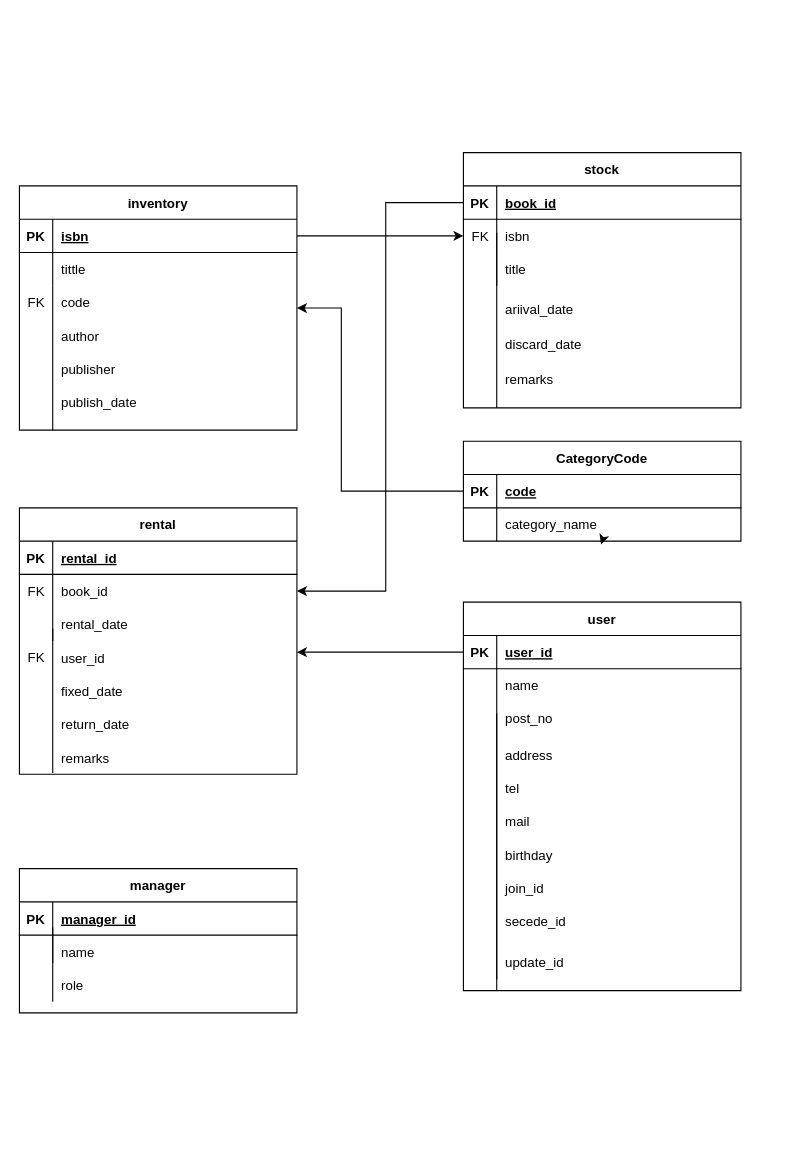
Earlier version of the draw.io diagram path/内部設計/er図(清田).drawio (2022java42-student004/Library). Source tidied: cells renumbered, new cells numbered last; positions are measured from the earlier drawing's top-left corner, leaving out a move shared by most shapes. Both pictures are drawn from the tidied source at 111%, with x=0, y=0 at pixel (19, 152).
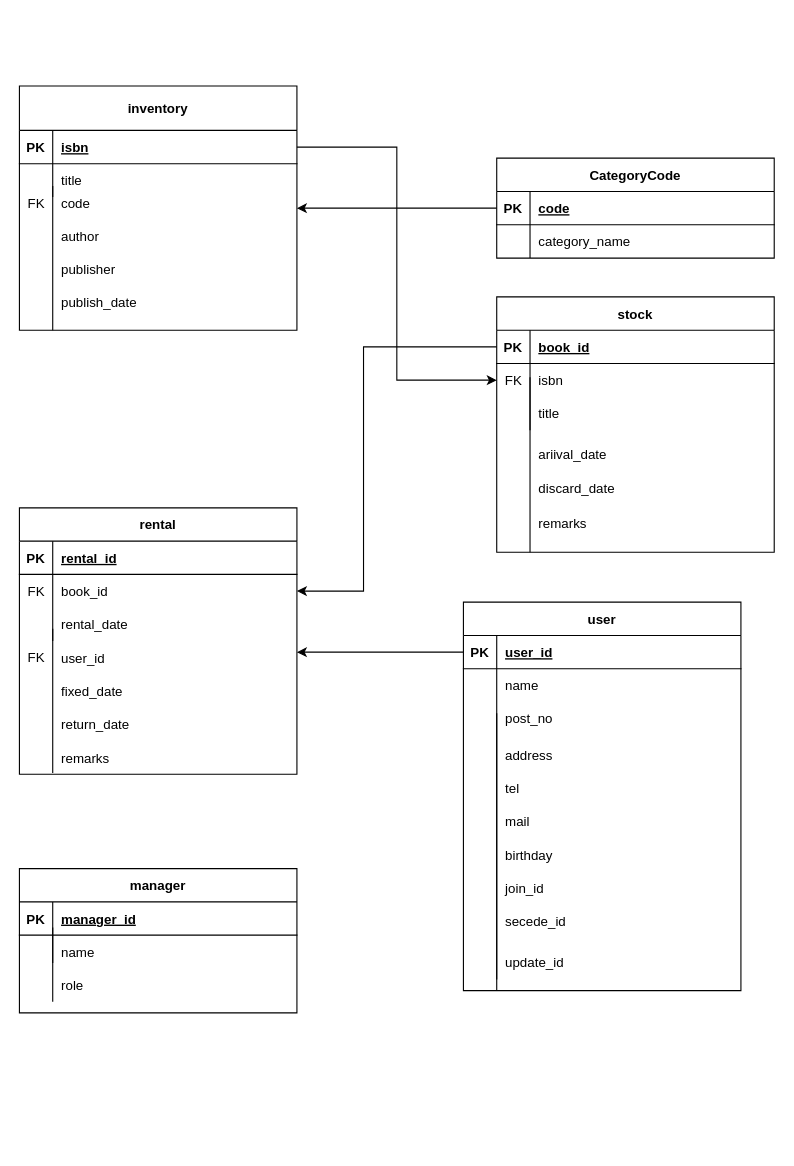
Above is the later version.

The change refers to these unchanged cells:
```xml
<mxCell id="7" style="shape=partialRectangle;fillColor=none;points=[[0,0.5],[1,0.5]];portConstraint=eastwest;top=0;left=0;right=0;bottom=0;" parent="3" vertex="1">
  <mxGeometry y="60" width="250" height="30" as="geometry" />
</mxCell>
<mxCell id="34" style="shape=partialRectangle;fillColor=none;points=[[0,0.5],[1,0.5]];portConstraint=eastwest;top=0;left=0;right=0;bottom=1;" parent="33" vertex="1">
  <mxGeometry y="30" width="250" height="30" as="geometry" />
</mxCell>
<mxCell id="37" style="shape=partialRectangle;fillColor=none;points=[[0,0.5],[1,0.5]];portConstraint=eastwest;top=0;left=0;right=0;bottom=0;" parent="33" vertex="1">
  <mxGeometry y="60" width="250" height="30" as="geometry" />
</mxCell>
<mxCell id="77" value="CategoryCode" style="shape=table;startSize=30;childLayout=tableLayout;rowLines=0;fontStyle=1;align=center;" parent="76" vertex="1">
  <mxGeometry width="250" height="90" as="geometry" />
</mxCell>
<mxCell id="78" style="shape=partialRectangle;fillColor=none;points=[[0,0.5],[1,0.5]];portConstraint=eastwest;top=0;left=0;right=0;bottom=1;" parent="77" vertex="1">
  <mxGeometry y="30" width="250" height="30" as="geometry" />
</mxCell>
<mxCell id="81" style="shape=partialRectangle;fillColor=none;points=[[0,0.5],[1,0.5]];portConstraint=eastwest;top=0;left=0;right=0;bottom=0;" parent="77" vertex="1">
  <mxGeometry y="60" width="250" height="30" as="geometry" />
</mxCell>
```

Change to the diagram source:
```diff
@@
     <mxCell id="19" style="group;" parent="1" vertex="1">
-      <mxGeometry y="30" width="250" height="240" as="geometry" />
+      <mxGeometry y="-120" width="250" height="240" as="geometry" />
     </mxCell>
     <mxCell id="20" value="code" style="shape=partialRectangle;overflow=hidden;fillColor=none;top=0;left=0;bottom=0;right=0;align=left;spacingLeft=6;" parent="19" vertex="1">
-      <mxGeometry x="30" y="90" width="220" height="30" as="geometry" />
+      <mxGeometry x="30" y="150" width="220" height="30" as="geometry" />
     </mxCell>
     <mxCell id="21" value="author" style="shape=partialRectangle;overflow=hidden;fillColor=none;top=0;left=0;bottom=0;right=0;align=left;spacingLeft=6;" parent="19" vertex="1">
-      <mxGeometry x="30" y="120" width="220" height="30" as="geometry" />
+      <mxGeometry x="30" y="180" width="220" height="30" as="geometry" />
     </mxCell>
     <mxCell id="22" value="publisher" style="shape=partialRectangle;overflow=hidden;fillColor=none;top=0;left=0;bottom=0;right=0;align=left;spacingLeft=6;" parent="19" vertex="1">
-      <mxGeometry x="30" y="150" width="220" height="30" as="geometry" />
+      <mxGeometry x="30" y="210" width="220" height="30" as="geometry" />
     </mxCell>
     <mxCell id="23" value="publish_date" style="shape=partialRectangle;overflow=hidden;fillColor=none;top=0;left=0;bottom=0;right=0;align=left;spacingLeft=6;" parent="19" vertex="1">
-      <mxGeometry x="30" y="180" width="220" height="30" as="geometry" />
+      <mxGeometry x="30" y="240" width="220" height="30" as="geometry" />
     </mxCell>
-    <mxCell id="24" value="inventory" style="shape=table;startSize=30;childLayout=tableLayout;rowLines=0;fontStyle=1;align=center;" parent="19" vertex="1">
-      <mxGeometry width="250" height="220" as="geometry" />
+    <mxCell id="24" value="inventory" style="shape=table;startSize=40;childLayout=tableLayout;rowLines=0;fontStyle=1;align=center;" parent="19" vertex="1">
+      <mxGeometry y="60" width="250" height="220" as="geometry" />
     </mxCell>
     <mxCell id="25" style="shape=partialRectangle;fillColor=none;points=[[0,0.5],[1,0.5]];portConstraint=eastwest;top=0;left=0;right=0;bottom=1;" parent="24" vertex="1">
-      <mxGeometry y="30" width="250" height="30" as="geometry" />
+      <mxGeometry y="40" width="250" height="30" as="geometry" />
     </mxCell>
@@
     <mxCell id="28" style="shape=partialRectangle;fillColor=none;top=0;left=0;right=0;bottom=0;" parent="24" vertex="1">
-      <mxGeometry y="60" width="250" height="30" as="geometry" />
+      <mxGeometry y="70" width="250" height="30" as="geometry" />
     </mxCell>
@@
-    <mxCell id="30" value="tittle" style="shape=partialRectangle;overflow=hidden;fillColor=none;top=0;left=0;bottom=0;right=0;align=left;spacingLeft=6;" parent="28" vertex="1">
+    <mxCell id="30" value="title" style="shape=partialRectangle;overflow=hidden;fillColor=none;top=0;left=0;bottom=0;right=0;align=left;spacingLeft=6;" parent="28" vertex="1">
       <mxGeometry x="30" width="220" height="30" as="geometry" />
     </mxCell>
     <mxCell id="31" value="FK" style="text;html=1;align=center;verticalAlign=middle;fillColor=none;strokeColor=none;rounded=0;" parent="19" vertex="1">
-      <mxGeometry y="96" width="30" height="20" as="geometry" />
+      <mxGeometry y="156" width="30" height="20" as="geometry" />
     </mxCell>
     <mxCell id="32" style="group;" parent="1" vertex="1">
-      <mxGeometry x="400" width="250" height="230" as="geometry" />
+      <mxGeometry x="430" y="130" width="250" height="230" as="geometry" />
     </mxCell>
@@
     <mxCell id="76" style="group;" parent="1" vertex="1">
-      <mxGeometry x="400" y="260" width="250" height="90" as="geometry" />
+      <mxGeometry x="430" y="5" width="250" height="90" as="geometry" />
     </mxCell>
@@
-    <mxCell id="84" style="edgeStyle=none;rounded=0;jettySize=auto;html=1;exitX=0.5;exitY=1;exitDx=0;exitDy=0;entryX=0.496;entryY=1.1;entryDx=0;entryDy=0;entryPerimeter=0;" parent="77" edge="1" source="77" target="81">
-      <mxGeometry relative="1" as="geometry" />
-    </mxCell>
     <mxCell id="85" style="edgeStyle=none;rounded=0;jettySize=auto;html=1;exitX=1;exitY=0.5;exitDx=0;exitDy=0;entryX=0;entryY=0.5;entryDx=0;entryDy=0;" parent="1" edge="1" source="25" target="37">
       <mxGeometry relative="1" as="geometry">
         <Array as="points">
-          <mxPoint x="300" y="75" />
+          <mxPoint x="340" y="-5" />
+          <mxPoint x="340" y="205" />
         </Array>
       </mxGeometry>
     </mxCell>
@@
     <mxCell id="87" style="edgeStyle=none;rounded=0;jettySize=auto;html=1;exitX=0;exitY=0.5;exitDx=0;exitDy=0;entryX=1;entryY=0.5;entryDx=0;entryDy=0;" parent="1" edge="1" source="78" target="24">
       <mxGeometry relative="1" as="geometry">
         <Array as="points">
-          <mxPoint x="290" y="305" />
-          <mxPoint x="290" y="140" />
+          <mxPoint x="360" y="50" />
+          <mxPoint x="310" y="50" />
         </Array>
       </mxGeometry>
     </mxCell>
     <mxCell id="88" style="edgeStyle=none;rounded=0;jettySize=auto;html=1;exitX=0;exitY=0.5;exitDx=0;exitDy=0;entryX=1;entryY=0.5;entryDx=0;entryDy=0;" parent="1" edge="1" source="34" target="7">
       <mxGeometry relative="1" as="geometry">
         <Array as="points">
-          <mxPoint x="330" y="45" />
-          <mxPoint x="330" y="395" />
+          <mxPoint x="310" y="175" />
+          <mxPoint x="310" y="395" />
         </Array>
       </mxGeometry>
     </mxCell>
     <mxCell id="89" style="endArrow=none;html=1;rounded=0;entryX=1.067;entryY=-0.25;entryDx=0;entryDy=0;entryPerimeter=0;" parent="1" edge="1">
       <mxGeometry relative="1" as="geometry">
-        <mxPoint x="30" y="250" as="sourcePoint" />
-        <mxPoint x="30" y="120" as="targetPoint" />
+        <mxPoint x="30" y="160" as="sourcePoint" />
+        <mxPoint x="30" y="30" as="targetPoint" />
       </mxGeometry>
     </mxCell>
```
